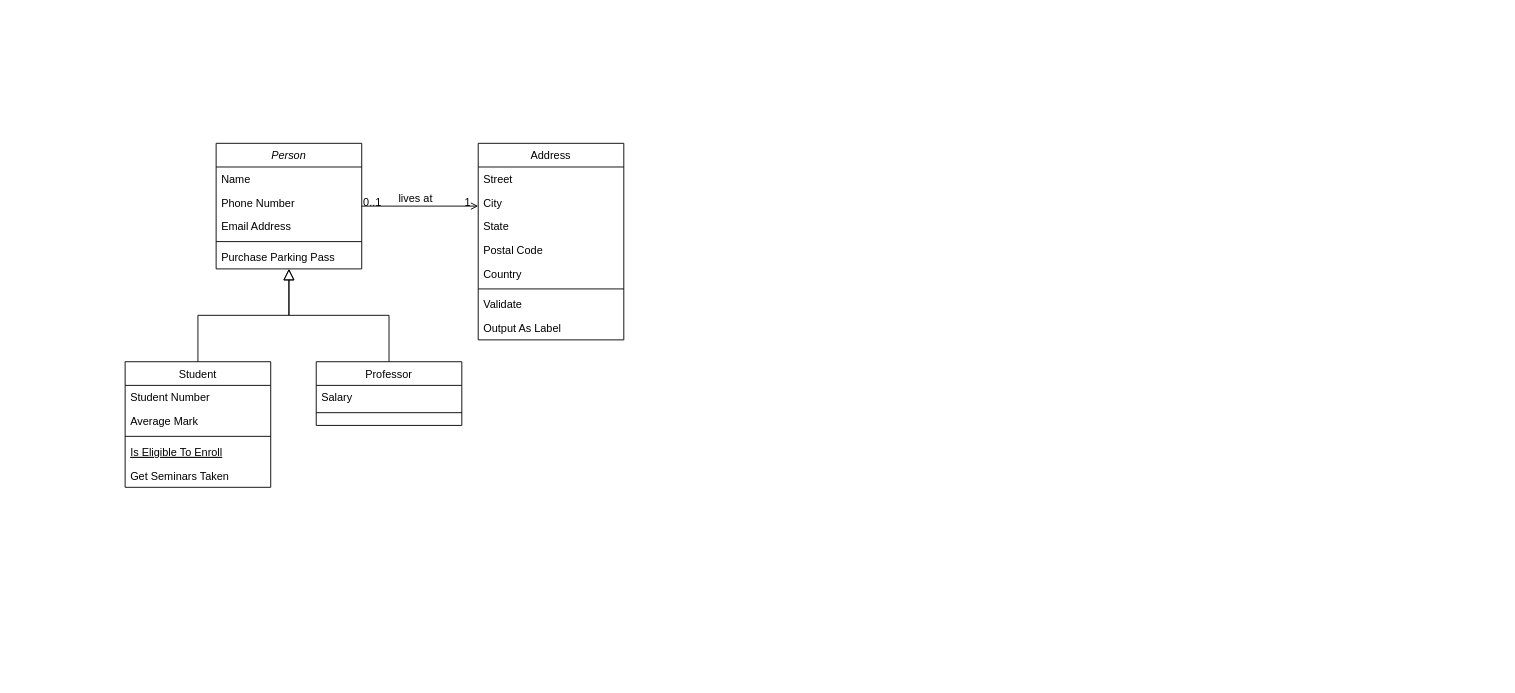
The draw.io diagram First.drawio in MohammadJarrar1201726/RealTimeProjectNewB, before the edit. Source tidied: cells renumbered, new cells numbered last; positions are measured from the earlier drawing's top-left corner, leaving out a move shared by most shapes. Both pictures are drawn from the tidied source at 91%, with x=0, y=0 at pixel (125, 143).
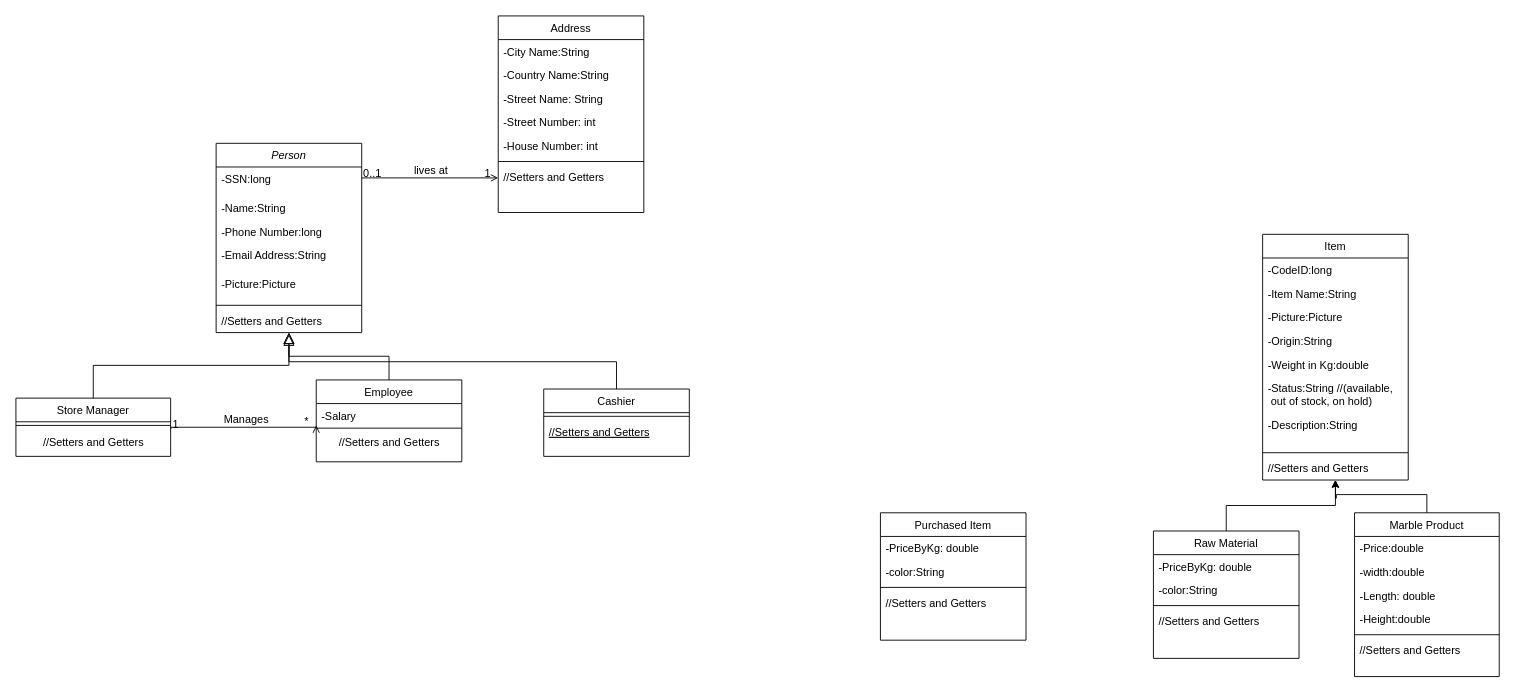
After the change.

What changed in the source:
```diff
@@
     <mxCell id="2" value="Person" style="swimlane;fontStyle=2;align=center;verticalAlign=top;horizontal=1;startSize=26;rounded=0;shadow=0;strokeWidth=1;" parent="1" vertex="1">
-      <mxGeometry x="100" width="160" height="138" as="geometry" />
+      <mxGeometry x="100" width="160" height="208" as="geometry" />
     </mxCell>
+    <mxCell id="32" value="-SSN:long" style="text;align=left;verticalAlign=top;spacingLeft=4;spacingRight=4;overflow=hidden;rounded=0;shadow=0;html=0;" parent="2" vertex="1">
+      <mxGeometry y="26" width="160" height="32" as="geometry" />
+    </mxCell>
-    <mxCell id="3" value="Name" style="text;align=left;verticalAlign=top;spacingLeft=4;spacingRight=4;overflow=hidden;" parent="2" vertex="1">
-      <mxGeometry y="26" width="160" height="26" as="geometry" />
+    <mxCell id="3" value="-Name:String" style="text;align=left;verticalAlign=top;spacingLeft=4;spacingRight=4;overflow=hidden;" parent="2" vertex="1">
+      <mxGeometry y="58" width="160" height="26" as="geometry" />
     </mxCell>
-    <mxCell id="4" value="Phone Number" style="text;align=left;verticalAlign=top;spacingLeft=4;spacingRight=4;overflow=hidden;rounded=0;shadow=0;html=0;" parent="2" vertex="1">
-      <mxGeometry y="52" width="160" height="26" as="geometry" />
+    <mxCell id="4" value="-Phone Number:long" style="text;align=left;verticalAlign=top;spacingLeft=4;spacingRight=4;overflow=hidden;rounded=0;shadow=0;html=0;" parent="2" vertex="1">
+      <mxGeometry y="84" width="160" height="26" as="geometry" />
     </mxCell>
-    <mxCell id="5" value="Email Address" style="text;align=left;verticalAlign=top;spacingLeft=4;spacingRight=4;overflow=hidden;rounded=0;shadow=0;html=0;" parent="2" vertex="1">
-      <mxGeometry y="78" width="160" height="26" as="geometry" />
+    <mxCell id="5" value="-Email Address:String" style="text;align=left;verticalAlign=top;spacingLeft=4;spacingRight=4;overflow=hidden;rounded=0;shadow=0;html=0;" parent="2" vertex="1">
+      <mxGeometry y="110" width="160" height="32" as="geometry" />
     </mxCell>
+    <mxCell id="33" value="-Picture:Picture" style="text;align=left;verticalAlign=top;spacingLeft=4;spacingRight=4;overflow=hidden;rounded=0;shadow=0;html=0;" parent="2" vertex="1">
+      <mxGeometry y="142" width="160" height="32" as="geometry" />
+    </mxCell>
     <mxCell id="6" style="line;html=1;strokeWidth=1;align=left;verticalAlign=middle;spacingTop=-1;spacingLeft=3;spacingRight=3;labelPosition=right;" parent="2" vertex="1">
-      <mxGeometry y="104" width="160" height="8" as="geometry" />
+      <mxGeometry y="174" width="160" height="8" as="geometry" />
     </mxCell>
-    <mxCell id="7" value="Purchase Parking Pass" style="text;align=left;verticalAlign=top;spacingLeft=4;spacingRight=4;overflow=hidden;" parent="2" vertex="1">
-      <mxGeometry y="112" width="160" height="26" as="geometry" />
+    <mxCell id="7" value="//Setters and Getters" style="text;align=left;verticalAlign=top;spacingLeft=4;spacingRight=4;overflow=hidden;" parent="2" vertex="1">
+      <mxGeometry y="182" width="160" height="26" as="geometry" />
     </mxCell>
-    <mxCell id="8" value="Student" style="swimlane;fontStyle=0;align=center;verticalAlign=top;horizontal=1;startSize=26;rounded=0;shadow=0;strokeWidth=1;" parent="1" vertex="1">
-      <mxGeometry y="240" width="160" height="138" as="geometry" />
+    <mxCell id="8" value="Store Manager&#10;" style="swimlane;fontStyle=0;align=center;verticalAlign=top;horizontal=1;startSize=26;rounded=0;shadow=0;strokeWidth=1;" parent="1" vertex="1">
+      <mxGeometry x="-120" y="280" width="170" height="64" as="geometry" />
     </mxCell>
-    <mxCell id="9" value="Student Number" style="text;align=left;verticalAlign=top;spacingLeft=4;spacingRight=4;overflow=hidden;" parent="8" vertex="1">
-      <mxGeometry y="26" width="160" height="26" as="geometry" />
-    </mxCell>
-    <mxCell id="10" value="Average Mark" style="text;align=left;verticalAlign=top;spacingLeft=4;spacingRight=4;overflow=hidden;rounded=0;shadow=0;html=0;" parent="8" vertex="1">
-      <mxGeometry y="52" width="160" height="26" as="geometry" />
-    </mxCell>
     <mxCell id="11" style="line;html=1;strokeWidth=1;align=left;verticalAlign=middle;spacingTop=-1;spacingLeft=3;spacingRight=3;labelPosition=right;" parent="8" vertex="1">
-      <mxGeometry y="78" width="160" height="8" as="geometry" />
+      <mxGeometry y="26" width="170" height="8" as="geometry" />
     </mxCell>
-    <mxCell id="12" value="Is Eligible To Enroll" style="text;align=left;verticalAlign=top;spacingLeft=4;spacingRight=4;overflow=hidden;fontStyle=4;" parent="8" vertex="1">
-      <mxGeometry y="86" width="160" height="26" as="geometry" />
-    </mxCell>
-    <mxCell id="13" value="Get Seminars Taken" style="text;align=left;verticalAlign=top;spacingLeft=4;spacingRight=4;overflow=hidden;" parent="8" vertex="1">
-      <mxGeometry y="112" width="160" height="26" as="geometry" />
-    </mxCell>
+    <mxCell id="34" value="//Setters and Getters" style="text;html=1;align=center;verticalAlign=middle;points=[];strokeColor=none;fillColor=none;" parent="8" vertex="1">
+      <mxGeometry y="34" width="170" height="30" as="geometry" />
+    </mxCell>
@@
-    <mxCell id="15" value="Professor" style="swimlane;fontStyle=0;align=center;verticalAlign=top;horizontal=1;startSize=26;rounded=0;shadow=0;strokeWidth=1;" parent="1" vertex="1">
-      <mxGeometry x="210" y="240" width="160" height="70" as="geometry" />
+    <mxCell id="15" value="Employee" style="swimlane;fontStyle=0;align=center;verticalAlign=top;horizontal=1;startSize=26;rounded=0;shadow=0;strokeWidth=1;" parent="1" vertex="1">
+      <mxGeometry x="210" y="260" width="160" height="90" as="geometry" />
     </mxCell>
-    <mxCell id="16" value="Salary" style="text;align=left;verticalAlign=top;spacingLeft=4;spacingRight=4;overflow=hidden;" parent="15" vertex="1">
+    <mxCell id="16" value="-Salary" style="text;align=left;verticalAlign=top;spacingLeft=4;spacingRight=4;overflow=hidden;" parent="15" vertex="1">
       <mxGeometry y="26" width="160" height="26" as="geometry" />
     </mxCell>
     <mxCell id="17" style="line;html=1;strokeWidth=1;align=left;verticalAlign=middle;spacingTop=-1;spacingLeft=3;spacingRight=3;labelPosition=right;" parent="15" vertex="1">
-      <mxGeometry y="52" width="160" height="8" as="geometry" />
+      <mxGeometry y="52" width="160" height="2" as="geometry" />
     </mxCell>
+    <mxCell id="35" value="//Setters and Getters" style="text;html=1;align=center;verticalAlign=middle;strokeColor=none;fillColor=none;" parent="15" vertex="1">
+      <mxGeometry y="54" width="160" height="30" as="geometry" />
+    </mxCell>
-    <mxCell id="18" style="endArrow=block;endSize=10;endFill=0;shadow=0;strokeWidth=1;rounded=0;curved=0;edgeStyle=elbowEdgeStyle;elbow=vertical;" parent="1" edge="1" source="15" target="2">
-      <mxGeometry relative="1" as="geometry" />
+    <mxCell id="18" style="endArrow=block;endSize=10;endFill=0;shadow=0;strokeWidth=1;rounded=0;curved=0;edgeStyle=elbowEdgeStyle;elbow=vertical;" parent="1" edge="1">
+      <mxGeometry relative="1" as="geometry">
+        <mxPoint x="290" y="260" as="sourcePoint" />
+        <mxPoint x="180" y="208" as="targetPoint" />
+      </mxGeometry>
     </mxCell>
     <mxCell id="19" value="Address" style="swimlane;fontStyle=0;align=center;verticalAlign=top;horizontal=1;startSize=26;rounded=0;shadow=0;strokeWidth=1;" parent="1" vertex="1">
-      <mxGeometry x="388" width="160" height="216" as="geometry" />
+      <mxGeometry x="410" y="-140" width="160" height="216" as="geometry" />
     </mxCell>
-    <mxCell id="20" value="Street" style="text;align=left;verticalAlign=top;spacingLeft=4;spacingRight=4;overflow=hidden;" parent="19" vertex="1">
+    <mxCell id="20" value="-City Name:String" style="text;align=left;verticalAlign=top;spacingLeft=4;spacingRight=4;overflow=hidden;" parent="19" vertex="1">
       <mxGeometry y="26" width="160" height="26" as="geometry" />
     </mxCell>
-    <mxCell id="21" value="City" style="text;align=left;verticalAlign=top;spacingLeft=4;spacingRight=4;overflow=hidden;rounded=0;shadow=0;html=0;" parent="19" vertex="1">
+    <mxCell id="21" value="-Country Name:String" style="text;align=left;verticalAlign=top;spacingLeft=4;spacingRight=4;overflow=hidden;rounded=0;shadow=0;html=0;" parent="19" vertex="1">
       <mxGeometry y="52" width="160" height="26" as="geometry" />
     </mxCell>
-    <mxCell id="22" value="State" style="text;align=left;verticalAlign=top;spacingLeft=4;spacingRight=4;overflow=hidden;rounded=0;shadow=0;html=0;" parent="19" vertex="1">
+    <mxCell id="22" value="-Street Name: String" style="text;align=left;verticalAlign=top;spacingLeft=4;spacingRight=4;overflow=hidden;rounded=0;shadow=0;html=0;" parent="19" vertex="1">
       <mxGeometry y="78" width="160" height="26" as="geometry" />
     </mxCell>
-    <mxCell id="23" value="Postal Code" style="text;align=left;verticalAlign=top;spacingLeft=4;spacingRight=4;overflow=hidden;rounded=0;shadow=0;html=0;" parent="19" vertex="1">
+    <mxCell id="23" value="-Street Number: int" style="text;align=left;verticalAlign=top;spacingLeft=4;spacingRight=4;overflow=hidden;rounded=0;shadow=0;html=0;" parent="19" vertex="1">
       <mxGeometry y="104" width="160" height="26" as="geometry" />
     </mxCell>
-    <mxCell id="24" value="Country" style="text;align=left;verticalAlign=top;spacingLeft=4;spacingRight=4;overflow=hidden;rounded=0;shadow=0;html=0;" parent="19" vertex="1">
+    <mxCell id="24" value="-House Number: int" style="text;align=left;verticalAlign=top;spacingLeft=4;spacingRight=4;overflow=hidden;rounded=0;shadow=0;html=0;" parent="19" vertex="1">
       <mxGeometry y="130" width="160" height="26" as="geometry" />
     </mxCell>
@@
-    <mxCell id="26" value="Validate" style="text;align=left;verticalAlign=top;spacingLeft=4;spacingRight=4;overflow=hidden;" parent="19" vertex="1">
+    <mxCell id="26" value="//Setters and Getters" style="text;align=left;verticalAlign=top;spacingLeft=4;spacingRight=4;overflow=hidden;" parent="19" vertex="1">
       <mxGeometry y="164" width="160" height="26" as="geometry" />
     </mxCell>
-    <mxCell id="27" value="Output As Label" style="text;align=left;verticalAlign=top;spacingLeft=4;spacingRight=4;overflow=hidden;" parent="19" vertex="1">
-      <mxGeometry y="190" width="160" height="26" as="geometry" />
-    </mxCell>
@@
+    <mxCell id="36" value="Cashier" style="swimlane;fontStyle=0;align=center;verticalAlign=top;horizontal=1;startSize=26;rounded=0;shadow=0;strokeWidth=1;" parent="1" vertex="1">
+      <mxGeometry x="460" y="270" width="160" height="74" as="geometry" />
+    </mxCell>
+    <mxCell id="37" style="line;html=1;strokeWidth=1;align=left;verticalAlign=middle;spacingTop=-1;spacingLeft=3;spacingRight=3;labelPosition=right;" parent="36" vertex="1">
+      <mxGeometry y="26" width="160" height="8" as="geometry" />
+    </mxCell>
+    <mxCell id="38" value="//Setters and Getters" style="text;align=left;verticalAlign=top;spacingLeft=4;spacingRight=4;overflow=hidden;fontStyle=4;" parent="36" vertex="1">
+      <mxGeometry y="34" width="160" height="26" as="geometry" />
+    </mxCell>
+    <mxCell id="39" style="endArrow=block;endSize=10;endFill=0;shadow=0;strokeWidth=1;rounded=0;curved=0;edgeStyle=elbowEdgeStyle;elbow=vertical;exitX=0.5;exitY=0;exitDx=0;exitDy=0;" parent="1" edge="1" source="36">
+      <mxGeometry relative="1" as="geometry">
+        <mxPoint x="180" y="210" as="targetPoint" />
+        <Array as="points">
+          <mxPoint x="253" y="240" />
+        </Array>
+      </mxGeometry>
+    </mxCell>
+    <mxCell id="40" style="edgeStyle=orthogonalEdgeStyle;rounded=0;jettySize=auto;html=1;entryX=0.5;entryY=1;entryDx=0;entryDy=0;" parent="1" edge="1" source="41" target="54">
+      <mxGeometry relative="1" as="geometry" />
+    </mxCell>
+    <mxCell id="41" value="Raw Material" style="swimlane;fontStyle=0;align=center;verticalAlign=top;horizontal=1;startSize=26;rounded=0;shadow=0;strokeWidth=1;" parent="1" vertex="1">
+      <mxGeometry x="1130" y="426" width="160" height="140" as="geometry" />
+    </mxCell>
+    <mxCell id="42" value="-PriceByKg: double" style="text;align=left;verticalAlign=top;spacingLeft=4;spacingRight=4;overflow=hidden;" parent="41" vertex="1">
+      <mxGeometry y="26" width="160" height="26" as="geometry" />
+    </mxCell>
+    <mxCell id="43" value="-color:String" style="text;align=left;verticalAlign=top;spacingLeft=4;spacingRight=4;overflow=hidden;rounded=0;shadow=0;html=0;" parent="41" vertex="1">
+      <mxGeometry y="52" width="160" height="26" as="geometry" />
+    </mxCell>
+    <mxCell id="44" style="line;html=1;strokeWidth=1;align=left;verticalAlign=middle;spacingTop=-1;spacingLeft=3;spacingRight=3;labelPosition=right;" parent="41" vertex="1">
+      <mxGeometry y="78" width="160" height="8" as="geometry" />
+    </mxCell>
+    <mxCell id="45" value="//Setters and Getters" style="text;align=left;verticalAlign=top;spacingLeft=4;spacingRight=4;overflow=hidden;" parent="41" vertex="1">
+      <mxGeometry y="86" width="160" height="26" as="geometry" />
+    </mxCell>
+    <mxCell id="46" style="edgeStyle=orthogonalEdgeStyle;rounded=0;jettySize=auto;html=1;entryX=0.5;entryY=1;entryDx=0;entryDy=0;" parent="1" edge="1" source="47" target="54">
+      <mxGeometry relative="1" as="geometry" />
+    </mxCell>
+    <mxCell id="47" value="Marble Product" style="swimlane;fontStyle=0;align=center;verticalAlign=top;horizontal=1;startSize=26;rounded=0;shadow=0;strokeWidth=1;" parent="1" vertex="1">
+      <mxGeometry x="1351" y="406" width="159" height="180" as="geometry" />
+    </mxCell>
+    <mxCell id="48" value="-Price:double" style="text;align=left;verticalAlign=top;spacingLeft=4;spacingRight=4;overflow=hidden;" parent="47" vertex="1">
+      <mxGeometry y="26" width="159" height="26" as="geometry" />
+    </mxCell>
+    <mxCell id="49" value="-width:double" style="text;align=left;verticalAlign=top;spacingLeft=4;spacingRight=4;overflow=hidden;rounded=0;shadow=0;html=0;" parent="47" vertex="1">
+      <mxGeometry y="52" width="159" height="26" as="geometry" />
+    </mxCell>
+    <mxCell id="50" value="-Length: double" style="text;align=left;verticalAlign=top;spacingLeft=4;spacingRight=4;overflow=hidden;rounded=0;shadow=0;html=0;" parent="47" vertex="1">
+      <mxGeometry y="78" width="159" height="26" as="geometry" />
+    </mxCell>
+    <mxCell id="51" value="-Height:double" style="text;align=left;verticalAlign=top;spacingLeft=4;spacingRight=4;overflow=hidden;rounded=0;shadow=0;html=0;" parent="47" vertex="1">
+      <mxGeometry y="104" width="159" height="26" as="geometry" />
+    </mxCell>
+    <mxCell id="52" style="line;html=1;strokeWidth=1;align=left;verticalAlign=middle;spacingTop=-1;spacingLeft=3;spacingRight=3;labelPosition=right;" parent="47" vertex="1">
+      <mxGeometry y="130" width="159" height="8" as="geometry" />
+    </mxCell>
+    <mxCell id="53" value="//Setters and Getters" style="text;align=left;verticalAlign=top;spacingLeft=4;spacingRight=4;overflow=hidden;" parent="47" vertex="1">
+      <mxGeometry y="138" width="159" height="26" as="geometry" />
+    </mxCell>
+    <mxCell id="54" value="Item" style="swimlane;fontStyle=0;align=center;verticalAlign=top;horizontal=1;startSize=26;rounded=0;shadow=0;strokeWidth=1;" parent="1" vertex="1">
+      <mxGeometry x="1250" y="100" width="160" height="270" as="geometry" />
+    </mxCell>
+    <mxCell id="55" value="-CodeID:long" style="text;align=left;verticalAlign=top;spacingLeft=4;spacingRight=4;overflow=hidden;" parent="54" vertex="1">
+      <mxGeometry y="26" width="160" height="26" as="geometry" />
+    </mxCell>
+    <mxCell id="56" value="-Item Name:String" style="text;align=left;verticalAlign=top;spacingLeft=4;spacingRight=4;overflow=hidden;" parent="54" vertex="1">
+      <mxGeometry y="52" width="160" height="26" as="geometry" />
+    </mxCell>
+    <mxCell id="57" value="-Picture:Picture" style="text;align=left;verticalAlign=top;spacingLeft=4;spacingRight=4;overflow=hidden;rounded=0;shadow=0;html=0;" parent="54" vertex="1">
+      <mxGeometry y="78" width="160" height="26" as="geometry" />
+    </mxCell>
+    <mxCell id="58" value="-Origin:String" style="text;align=left;verticalAlign=top;spacingLeft=4;spacingRight=4;overflow=hidden;rounded=0;shadow=0;html=0;" parent="54" vertex="1">
+      <mxGeometry y="104" width="160" height="26" as="geometry" />
+    </mxCell>
+    <mxCell id="59" value="-Weight in Kg:double" style="text;align=left;verticalAlign=top;spacingLeft=4;spacingRight=4;overflow=hidden;rounded=0;shadow=0;html=0;" parent="54" vertex="1">
+      <mxGeometry y="130" width="160" height="26" as="geometry" />
+    </mxCell>
+    <mxCell id="60" value="-Status:String //(available,&#10; out of stock, on hold)" style="text;align=left;verticalAlign=top;spacingLeft=4;spacingRight=4;overflow=hidden;rounded=0;shadow=0;html=0;" parent="54" vertex="1">
+      <mxGeometry y="156" width="160" height="40" as="geometry" />
+    </mxCell>
+    <mxCell id="61" value="-Description:String" style="text;align=left;verticalAlign=top;spacingLeft=4;spacingRight=4;overflow=hidden;rounded=0;shadow=0;html=0;" parent="54" vertex="1">
+      <mxGeometry y="196" width="160" height="40" as="geometry" />
+    </mxCell>
+    <mxCell id="62" style="line;html=1;strokeWidth=1;align=left;verticalAlign=middle;spacingTop=-1;spacingLeft=3;spacingRight=3;labelPosition=right;" parent="54" vertex="1">
+      <mxGeometry y="236" width="160" height="8" as="geometry" />
+    </mxCell>
+    <mxCell id="63" value="//Setters and Getters" style="text;align=left;verticalAlign=top;spacingLeft=4;spacingRight=4;overflow=hidden;" parent="54" vertex="1">
+      <mxGeometry y="244" width="160" height="26" as="geometry" />
+    </mxCell>
+    <mxCell id="64" style="endArrow=open;shadow=0;strokeWidth=1;rounded=0;curved=0;endFill=1;edgeStyle=elbowEdgeStyle;elbow=vertical;exitX=1.003;exitY=-0.01;exitDx=0;exitDy=0;exitPerimeter=0;" parent="1" edge="1" source="34">
+      <mxGeometry x="0.5" y="41" relative="1" as="geometry">
+        <mxPoint x="210" y="310" as="targetPoint" />
+        <mxPoint x="-40" y="32" as="offset" />
+      </mxGeometry>
+    </mxCell>
+    <mxCell id="65" value="1" style="align=left;verticalAlign=bottom;labelBackgroundColor=none;fontSize=12;" parent="64" vertex="1">
+      <mxGeometry x="-1" relative="1" as="geometry">
+        <mxPoint y="4" as="offset" />
+      </mxGeometry>
+    </mxCell>
+    <mxCell id="66" value="*" style="align=right;verticalAlign=bottom;labelBackgroundColor=none;fontSize=12;" parent="64" vertex="1">
+      <mxGeometry x="1" relative="1" as="geometry">
+        <mxPoint x="-7" y="4" as="offset" />
+      </mxGeometry>
+    </mxCell>
+    <mxCell id="67" value="Manages" style="text;html=1;align=center;verticalAlign=middle;labelBackgroundColor=none;rounded=0;shadow=0;strokeWidth=1;fontSize=12;" parent="64" vertex="1">
+      <mxGeometry x="0.5" y="49" relative="1" as="geometry">
+        <mxPoint x="-38" y="40" as="offset" />
+      </mxGeometry>
+    </mxCell>
+    <mxCell id="68" value="Purchased Item" style="swimlane;fontStyle=0;align=center;verticalAlign=top;horizontal=1;startSize=26;rounded=0;shadow=0;strokeWidth=1;" parent="1" vertex="1">
+      <mxGeometry x="830" y="406" width="160" height="140" as="geometry" />
+    </mxCell>
+    <mxCell id="69" value="-PriceByKg: double" style="text;align=left;verticalAlign=top;spacingLeft=4;spacingRight=4;overflow=hidden;" parent="68" vertex="1">
+      <mxGeometry y="26" width="160" height="26" as="geometry" />
+    </mxCell>
+    <mxCell id="70" value="-color:String" style="text;align=left;verticalAlign=top;spacingLeft=4;spacingRight=4;overflow=hidden;rounded=0;shadow=0;html=0;" parent="68" vertex="1">
+      <mxGeometry y="52" width="160" height="26" as="geometry" />
+    </mxCell>
+    <mxCell id="71" style="line;html=1;strokeWidth=1;align=left;verticalAlign=middle;spacingTop=-1;spacingLeft=3;spacingRight=3;labelPosition=right;" parent="68" vertex="1">
+      <mxGeometry y="78" width="160" height="8" as="geometry" />
+    </mxCell>
+    <mxCell id="72" value="//Setters and Getters" style="text;align=left;verticalAlign=top;spacingLeft=4;spacingRight=4;overflow=hidden;" parent="68" vertex="1">
+      <mxGeometry y="86" width="160" height="26" as="geometry" />
+    </mxCell>
```
